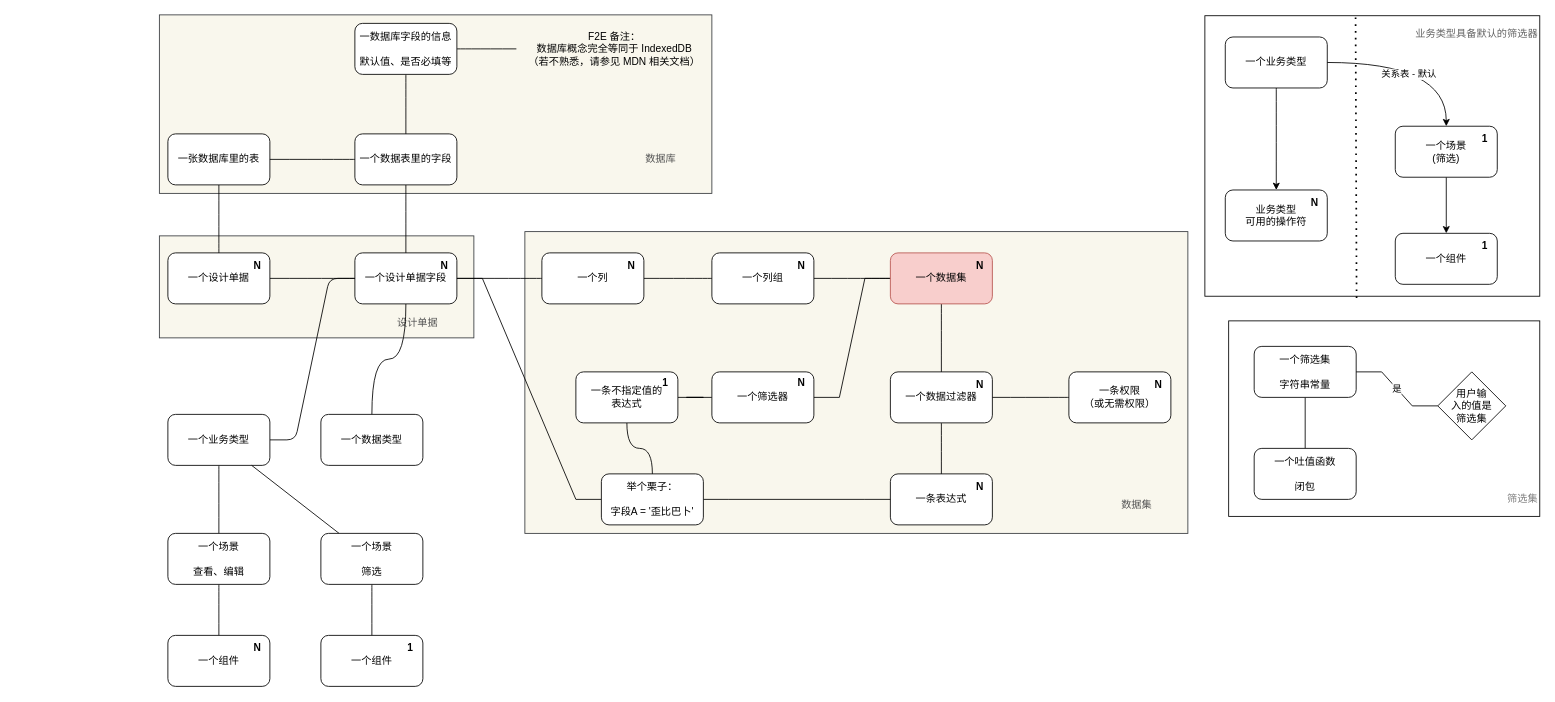
uiosun/diagrams keeps this draw.io diagram as page "Dataset Struct" (6 of 7) of 结构分析.drawio. Above is the earlier version. Source tidied: cells renumbered, new cells numbered last; positions are measured from the earlier drawing's top-left corner, leaving out a move shared by most shapes. Both pictures are drawn from the tidied source at 85%, with x=0, y=0 at pixel (159, 14).
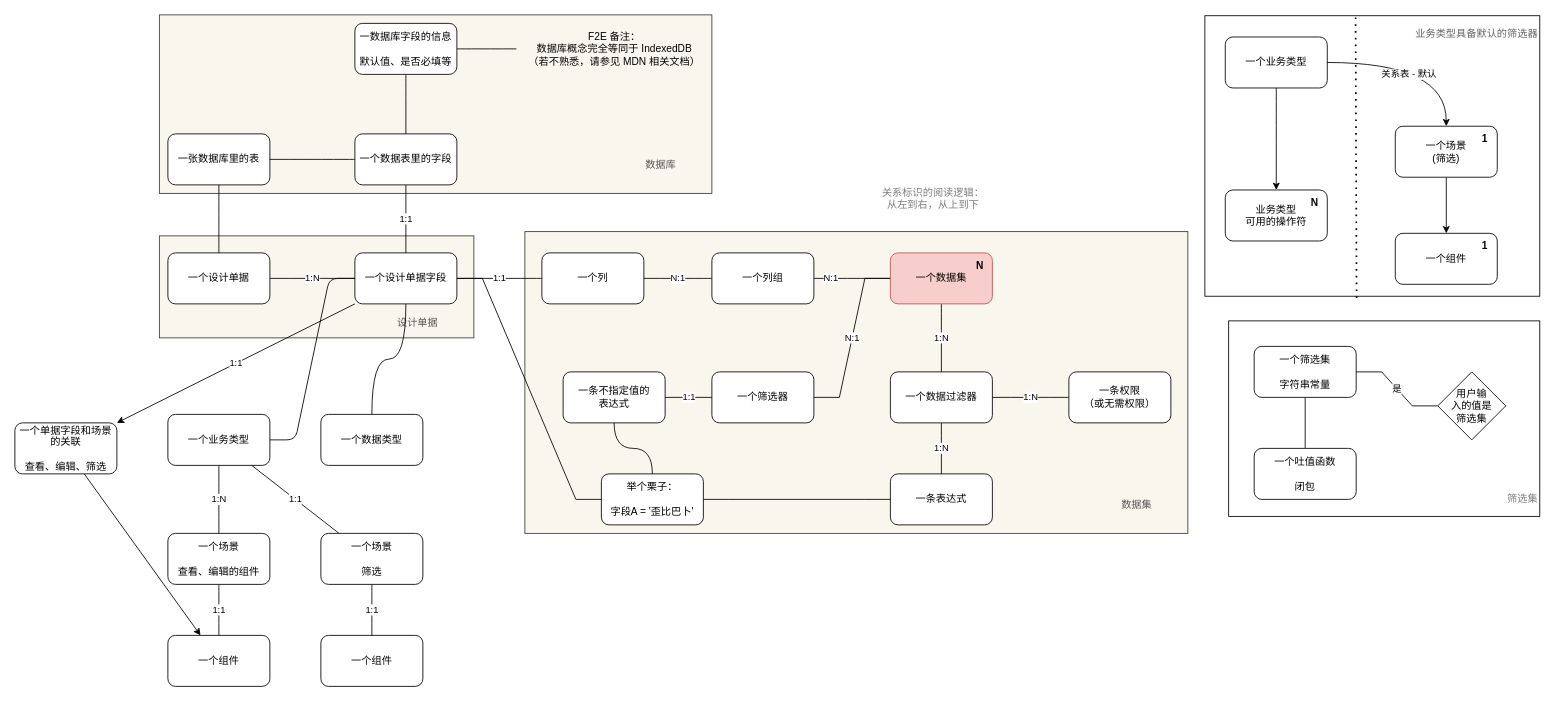
The same page after the edit.

The change refers to these unchanged cells:
```xml
<mxCell id="8" value="&lt;div&gt;一个数据集&lt;/div&gt;" style="rounded=1;whiteSpace=wrap;html=1;fillColor=#f8cecc;strokeColor=#b85450;" parent="1" vertex="1">
  <mxGeometry x="860" y="280" width="120" height="60" as="geometry" />
</mxCell>
<mxCell id="10" value="&lt;div&gt;一个数据过滤器&lt;/div&gt;" style="rounded=1;whiteSpace=wrap;html=1;" parent="1" vertex="1">
  <mxGeometry x="860" y="420" width="120" height="60" as="geometry" />
</mxCell>
<mxCell id="11" value="一条表达式" style="rounded=1;whiteSpace=wrap;html=1;" parent="1" vertex="1">
  <mxGeometry x="860" y="540" width="120" height="60" as="geometry" />
</mxCell>
<mxCell id="13" value="一条权限&lt;br&gt;（或无需权限）" style="rounded=1;whiteSpace=wrap;html=1;" parent="1" vertex="1">
  <mxGeometry x="1070" y="420" width="120" height="60" as="geometry" />
</mxCell>
<mxCell id="15" value="&lt;div&gt;一个列组&lt;/div&gt;" style="rounded=1;whiteSpace=wrap;html=1;" parent="1" vertex="1">
  <mxGeometry x="650" y="280" width="120" height="60" as="geometry" />
</mxCell>
<mxCell id="17" value="一个列" style="whiteSpace=wrap;html=1;rounded=1;" parent="1" vertex="1">
  <mxGeometry x="450" y="280" width="120" height="60" as="geometry" />
</mxCell>
<mxCell id="20" value="一个设计单据字段" style="whiteSpace=wrap;html=1;rounded=1;" parent="1" vertex="1">
  <mxGeometry x="230" y="280" width="120" height="60" as="geometry" />
</mxCell>
<mxCell id="22" value="一个设计单据" style="whiteSpace=wrap;html=1;rounded=1;" parent="1" vertex="1">
  <mxGeometry x="10" y="280" width="120" height="60" as="geometry" />
</mxCell>
<mxCell id="26" value="一个数据表里的字段" style="whiteSpace=wrap;html=1;rounded=1;" parent="1" vertex="1">
  <mxGeometry x="230" y="140" width="120" height="60" as="geometry" />
</mxCell>
<mxCell id="44" value="一个筛选器" style="rounded=1;whiteSpace=wrap;html=1;" parent="1" vertex="1">
  <mxGeometry x="650" y="420" width="120" height="60" as="geometry" />
</mxCell>
<mxCell id="69" value="一个业务类型" style="whiteSpace=wrap;html=1;rounded=1;" parent="1" vertex="1">
  <mxGeometry x="10" y="470" width="120" height="60" as="geometry" />
</mxCell>
<mxCell id="72" value="一个组件" style="whiteSpace=wrap;html=1;rounded=1;" parent="1" vertex="1">
  <mxGeometry x="10" y="730" width="120" height="60" as="geometry" />
</mxCell>
<mxCell id="75" value="一个组件" style="whiteSpace=wrap;html=1;rounded=1;" parent="1" vertex="1">
  <mxGeometry x="190" y="730" width="120" height="60" as="geometry" />
</mxCell>
<mxCell id="78" value="一个场景&lt;br&gt;&lt;br&gt;筛选" style="whiteSpace=wrap;html=1;rounded=1;" parent="1" vertex="1">
  <mxGeometry x="190" y="610" width="120" height="60" as="geometry" />
</mxCell>
```

The edit, as a diff of the source:
```diff
@@
-    <mxCell id="4" value="&lt;font color=&quot;#545454&quot;&gt;&lt;br&gt;&lt;br&gt;&lt;br&gt;&lt;br&gt;&lt;br&gt;&lt;br&gt;&lt;br&gt;&lt;br&gt;&lt;br&gt;数据库&amp;nbsp; &amp;nbsp; &amp;nbsp; &amp;nbsp; &amp;nbsp; &amp;nbsp;&amp;nbsp;&lt;/font&gt;" style="rounded=0;whiteSpace=wrap;html=1;align=right;fillColor=#f9f7ed;strokeColor=#36393d;" parent="1" vertex="1">
+    <mxCell id="4" value="&lt;font color=&quot;#545454&quot;&gt;&lt;br&gt;&lt;br&gt;&lt;br&gt;&lt;/font&gt;&lt;br style=&quot;color: rgb(84, 84, 84);&quot;&gt;&lt;br style=&quot;color: rgb(84, 84, 84);&quot;&gt;&lt;br style=&quot;color: rgb(84, 84, 84);&quot;&gt;&lt;br style=&quot;color: rgb(84, 84, 84);&quot;&gt;&lt;br style=&quot;color: rgb(84, 84, 84);&quot;&gt;&lt;br style=&quot;color: rgb(84, 84, 84);&quot;&gt;&lt;font color=&quot;#545454&quot;&gt;&lt;br&gt;数据库&amp;nbsp; &amp;nbsp; &amp;nbsp; &amp;nbsp; &amp;nbsp; &amp;nbsp;&amp;nbsp;&lt;/font&gt;" style="rounded=0;whiteSpace=wrap;html=1;align=right;fillColor=#f9f7ed;strokeColor=#36393d;" parent="1" vertex="1">
       <mxGeometry width="650" height="210" as="geometry" />
     </mxCell>
-    <mxCell id="5" style="edgeStyle=orthogonalEdgeStyle;rounded=0;jettySize=auto;html=1;endArrow=none;endFill=0;curved=1;" parent="1" edge="1" source="8" target="10">
+    <mxCell id="5" value="1:N" style="edgeStyle=orthogonalEdgeStyle;rounded=0;jettySize=auto;html=1;endArrow=none;endFill=0;curved=1;" parent="1" edge="1" source="8" target="10">
       <mxGeometry relative="1" as="geometry" />
     </mxCell>
-    <mxCell id="6" style="edgeStyle=orthogonalEdgeStyle;rounded=0;jettySize=auto;html=1;endArrow=none;endFill=0;curved=1;" parent="1" edge="1" source="8" target="15">
-      <mxGeometry relative="1" as="geometry" />
+    <mxCell id="6" value="N:1" style="edgeStyle=orthogonalEdgeStyle;rounded=0;jettySize=auto;html=1;endArrow=none;endFill=0;curved=1;" parent="1" edge="1" source="8" target="15">
+      <mxGeometry x="0.56" relative="1" as="geometry" />
     </mxCell>
-    <mxCell id="7" style="edgeStyle=entityRelationEdgeStyle;rounded=0;jettySize=auto;html=1;endArrow=none;endFill=0;" parent="1" edge="1" source="8" target="44">
+    <mxCell id="7" value="N:1" style="edgeStyle=entityRelationEdgeStyle;rounded=0;jettySize=auto;html=1;endArrow=none;endFill=0;" parent="1" edge="1" source="8" target="44">
       <mxGeometry relative="1" as="geometry" />
     </mxCell>
@@
-    <mxCell id="9" style="edgeStyle=orthogonalEdgeStyle;rounded=0;jettySize=auto;html=1;endArrow=none;endFill=0;curved=1;" parent="1" edge="1" source="10" target="11">
+    <mxCell id="9" value="1:N" style="edgeStyle=orthogonalEdgeStyle;rounded=0;jettySize=auto;html=1;endArrow=none;endFill=0;curved=1;" parent="1" edge="1" source="10" target="11">
       <mxGeometry relative="1" as="geometry" />
     </mxCell>
@@
-    <mxCell id="12" style="edgeStyle=orthogonalEdgeStyle;rounded=0;jettySize=auto;html=1;endArrow=none;endFill=0;curved=1;" parent="1" edge="1" source="13" target="10">
+    <mxCell id="12" value="1:N" style="edgeStyle=orthogonalEdgeStyle;rounded=0;jettySize=auto;html=1;endArrow=none;endFill=0;curved=1;" parent="1" edge="1" source="13" target="10">
       <mxGeometry relative="1" as="geometry" />
     </mxCell>
@@
-    <mxCell id="14" style="edgeStyle=orthogonalEdgeStyle;rounded=0;jettySize=auto;html=1;endArrow=none;endFill=0;curved=1;" parent="1" edge="1" source="15" target="17">
+    <mxCell id="14" value="N:1" style="edgeStyle=orthogonalEdgeStyle;rounded=0;jettySize=auto;html=1;endArrow=none;endFill=0;curved=1;" parent="1" edge="1" source="15" target="17">
       <mxGeometry relative="1" as="geometry" />
     </mxCell>
@@
-    <mxCell id="16" style="edgeStyle=orthogonalEdgeStyle;rounded=0;jettySize=auto;html=1;endArrow=none;endFill=0;curved=1;" parent="1" edge="1" source="17" target="20">
+    <mxCell id="16" value="1:1" style="edgeStyle=orthogonalEdgeStyle;rounded=0;jettySize=auto;html=1;endArrow=none;endFill=0;curved=1;" parent="1" edge="1" source="17" target="20">
       <mxGeometry relative="1" as="geometry" />
     </mxCell>
@@
-    <mxCell id="18" style="edgeStyle=orthogonalEdgeStyle;rounded=0;jettySize=auto;html=1;endArrow=none;endFill=0;curved=1;" parent="1" edge="1" source="20" target="22">
+    <mxCell id="18" value="1:N" style="edgeStyle=orthogonalEdgeStyle;rounded=0;jettySize=auto;html=1;endArrow=none;endFill=0;curved=1;" parent="1" edge="1" source="20" target="22">
       <mxGeometry relative="1" as="geometry" />
     </mxCell>
@@
+    <mxCell id="79" value="1:1" style="rounded=0;jettySize=auto;html=1;" parent="1" edge="1" source="20" target="82">
+      <mxGeometry relative="1" as="geometry" />
+    </mxCell>
@@
-    <mxCell id="25" style="edgeStyle=orthogonalEdgeStyle;rounded=0;jettySize=auto;html=1;endArrow=none;endFill=0;curved=1;" parent="1" edge="1" source="26" target="20">
+    <mxCell id="25" value="1:1" style="edgeStyle=orthogonalEdgeStyle;rounded=0;jettySize=auto;html=1;endArrow=none;endFill=0;curved=1;" parent="1" edge="1" source="26" target="20">
       <mxGeometry relative="1" as="geometry" />
     </mxCell>
@@
-    <mxCell id="43" style="edgeStyle=entityRelationEdgeStyle;rounded=0;jettySize=auto;html=1;endArrow=none;endFill=0;" parent="1" edge="1" source="44" target="58">
+    <mxCell id="43" value="1:1" style="edgeStyle=entityRelationEdgeStyle;rounded=0;jettySize=auto;html=1;endArrow=none;endFill=0;" parent="1" edge="1" source="44" target="58">
       <mxGeometry relative="1" as="geometry" />
     </mxCell>
@@
-    <mxCell id="45" value="&lt;b&gt;N&lt;/b&gt;" style="text;html=1;align=center;verticalAlign=middle;strokeColor=none;fillColor=none;" parent="1" vertex="1">
-      <mxGeometry x="740" y="417.5" width="30" height="30" as="geometry" />
-    </mxCell>
-    <mxCell id="46" value="&lt;b&gt;N&lt;/b&gt;" style="text;html=1;align=center;verticalAlign=middle;strokeColor=none;fillColor=none;" parent="1" vertex="1">
-      <mxGeometry x="950" y="420" width="30" height="30" as="geometry" />
-    </mxCell>
-    <mxCell id="47" value="&lt;b&gt;N&lt;/b&gt;" style="text;html=1;align=center;verticalAlign=middle;strokeColor=none;fillColor=none;" parent="1" vertex="1">
-      <mxGeometry x="950" y="540" width="30" height="30" as="geometry" />
-    </mxCell>
-    <mxCell id="48" value="&lt;b&gt;N&lt;/b&gt;" style="text;html=1;align=center;verticalAlign=middle;strokeColor=none;fillColor=none;" parent="1" vertex="1">
-      <mxGeometry x="1160" y="420" width="30" height="30" as="geometry" />
-    </mxCell>
-    <mxCell id="49" value="&lt;b&gt;N&lt;/b&gt;" style="text;html=1;align=center;verticalAlign=middle;strokeColor=none;fillColor=none;" parent="1" vertex="1">
-      <mxGeometry x="740" y="280" width="30" height="30" as="geometry" />
-    </mxCell>
-    <mxCell id="50" value="&lt;b&gt;N&lt;/b&gt;" style="text;html=1;align=center;verticalAlign=middle;strokeColor=none;fillColor=none;" parent="1" vertex="1">
-      <mxGeometry x="540" y="280" width="30" height="30" as="geometry" />
-    </mxCell>
@@
-    <mxCell id="52" value="&lt;b&gt;N&lt;/b&gt;" style="text;html=1;align=center;verticalAlign=middle;strokeColor=none;fillColor=none;" parent="1" vertex="1">
-      <mxGeometry x="320" y="280" width="30" height="30" as="geometry" />
-    </mxCell>
-    <mxCell id="53" value="&lt;b&gt;N&lt;/b&gt;" style="text;html=1;align=center;verticalAlign=middle;strokeColor=none;fillColor=none;" parent="1" vertex="1">
-      <mxGeometry x="100" y="280" width="30" height="30" as="geometry" />
-    </mxCell>
@@
     <mxCell id="58" value="一条不指定值的&lt;br&gt;表达式" style="rounded=1;whiteSpace=wrap;html=1;" parent="1" vertex="1">
-      <mxGeometry x="490" y="420" width="120" height="60" as="geometry" />
+      <mxGeometry x="475" y="420" width="120" height="60" as="geometry" />
     </mxCell>
@@
-    <mxCell id="66" value="&lt;b&gt;1&lt;/b&gt;" style="text;html=1;align=center;verticalAlign=middle;strokeColor=none;fillColor=none;" parent="1" vertex="1">
-      <mxGeometry x="580" y="417.5" width="30" height="30" as="geometry" />
-    </mxCell>
-    <mxCell id="67" style="edgeStyle=orthogonalEdgeStyle;curved=1;rounded=1;jettySize=auto;html=1;endArrow=none;endFill=0;" parent="1" edge="1" source="69" target="71">
+    <mxCell id="67" value="1:N" style="edgeStyle=orthogonalEdgeStyle;curved=1;rounded=1;jettySize=auto;html=1;endArrow=none;endFill=0;" parent="1" edge="1" source="69" target="71">
       <mxGeometry relative="1" as="geometry" />
     </mxCell>
@@
-    <mxCell id="70" style="edgeStyle=orthogonalEdgeStyle;curved=1;rounded=1;jettySize=auto;html=1;endArrow=none;endFill=0;" parent="1" edge="1" source="71" target="72">
+    <mxCell id="70" value="1:1" style="edgeStyle=orthogonalEdgeStyle;curved=1;rounded=1;jettySize=auto;html=1;endArrow=none;endFill=0;" parent="1" edge="1" source="71" target="72">
       <mxGeometry relative="1" as="geometry" />
     </mxCell>
-    <mxCell id="71" value="一个场景&lt;br&gt;&lt;br&gt;查看、编辑" style="whiteSpace=wrap;html=1;rounded=1;" parent="1" vertex="1">
+    <mxCell id="71" value="一个场景&lt;br&gt;&lt;br&gt;查看、编辑的组件" style="whiteSpace=wrap;html=1;rounded=1;" parent="1" vertex="1">
       <mxGeometry x="10" y="610" width="120" height="60" as="geometry" />
     </mxCell>
@@
-    <mxCell id="73" value="&lt;b&gt;N&lt;/b&gt;" style="text;html=1;align=center;verticalAlign=middle;strokeColor=none;fillColor=none;" parent="1" vertex="1">
-      <mxGeometry x="100" y="730" width="30" height="30" as="geometry" />
-    </mxCell>
-    <mxCell id="74" style="edgeStyle=orthogonalEdgeStyle;curved=1;rounded=1;jettySize=auto;html=1;endArrow=none;endFill=0;" parent="1" edge="1" source="78" target="75">
+    <mxCell id="74" value="1:1" style="edgeStyle=orthogonalEdgeStyle;curved=1;rounded=1;jettySize=auto;html=1;endArrow=none;endFill=0;" parent="1" edge="1" source="78" target="75">
       <mxGeometry relative="1" as="geometry" />
     </mxCell>
@@
-    <mxCell id="76" value="&lt;b&gt;1&lt;/b&gt;" style="text;html=1;align=center;verticalAlign=middle;strokeColor=none;fillColor=none;" parent="1" vertex="1">
-      <mxGeometry x="280" y="730" width="30" height="30" as="geometry" />
-    </mxCell>
-    <mxCell id="77" style="rounded=1;jettySize=auto;html=1;endArrow=none;endFill=0;elbow=vertical;" parent="1" edge="1" source="78" target="69">
+    <mxCell id="77" value="1:1" style="rounded=1;jettySize=auto;html=1;endArrow=none;endFill=0;elbow=vertical;" parent="1" edge="1" source="78" target="69">
       <mxGeometry relative="1" as="geometry" />
     </mxCell>
@@
+    <mxCell id="80" value="&lt;font color=&quot;#7d7d7d&quot;&gt;关系标识的阅读逻辑：&lt;br&gt;&lt;/font&gt;&lt;span style=&quot;color: rgb(125, 125, 125);&quot;&gt;从左到右，&lt;/span&gt;&lt;font color=&quot;#7d7d7d&quot;&gt;从上到下&lt;/font&gt;" style="text;html=1;align=center;verticalAlign=middle;strokeColor=none;fillColor=none;fontSize=12;fontColor=#000000;" parent="1" vertex="1">
+      <mxGeometry x="840" y="196" width="140" height="40" as="geometry" />
+    </mxCell>
+    <mxCell id="81" style="rounded=0;jettySize=auto;html=1;" parent="1" edge="1" source="82" target="72">
+      <mxGeometry relative="1" as="geometry" />
+    </mxCell>
+    <mxCell id="82" value="一个单据字段和场景的关联&lt;br&gt;&lt;br&gt;查看、编辑、筛选" style="whiteSpace=wrap;html=1;rounded=1;" parent="1" vertex="1">
+      <mxGeometry x="-170" y="480" width="120" height="60" as="geometry" />
+    </mxCell>
```
